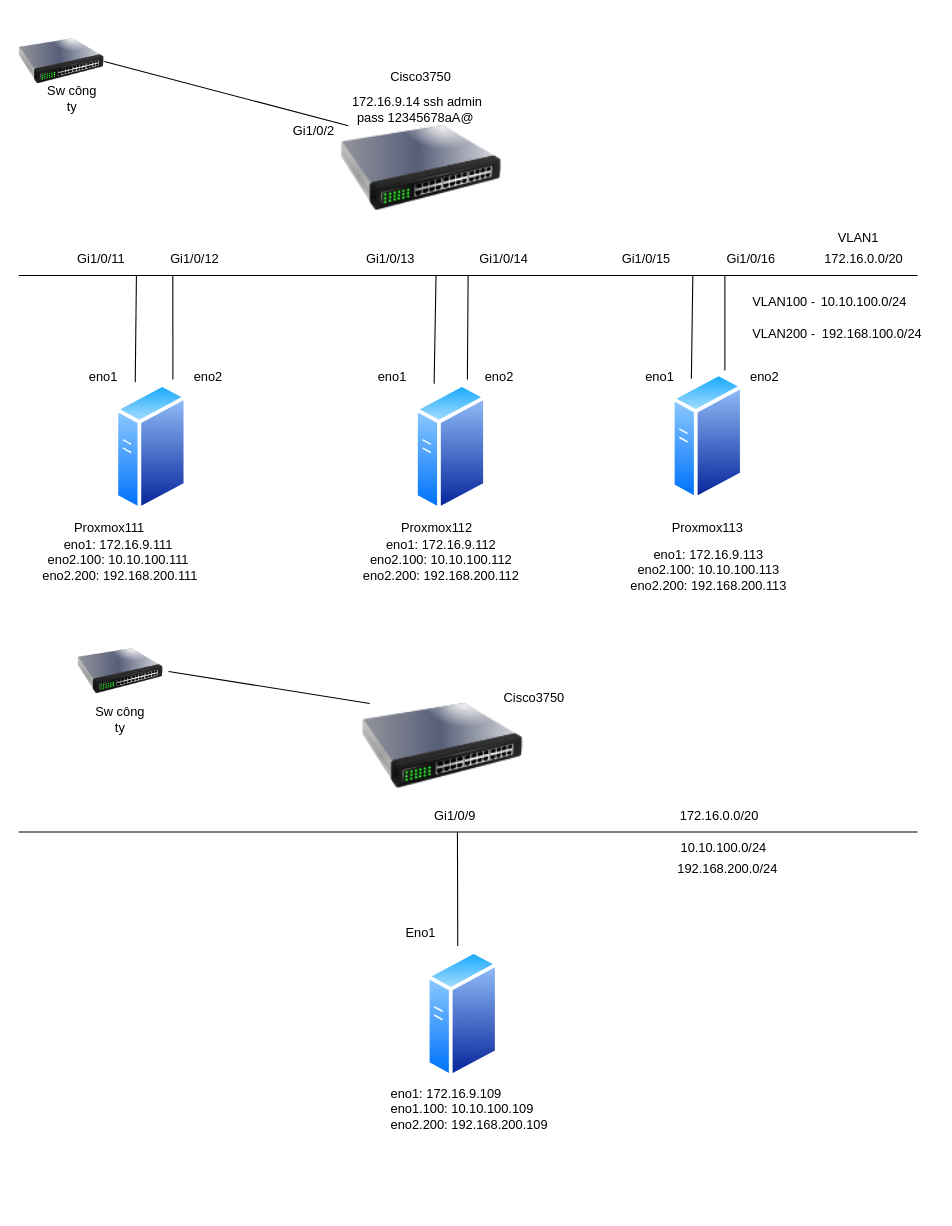
Before: Ảo Hóa/Proxmox/MultiVLAN.drawio in tudv1989/THUCTAPNHANHOA2025-HATANG, a draw.io diagram. Source tidied: cells renumbered, new cells numbered last; positions are measured from the earlier drawing's top-left corner, leaving out a move shared by most shapes. Both pictures are drawn from the tidied source at 107%, with x=0, y=0 at pixel (18, 18).
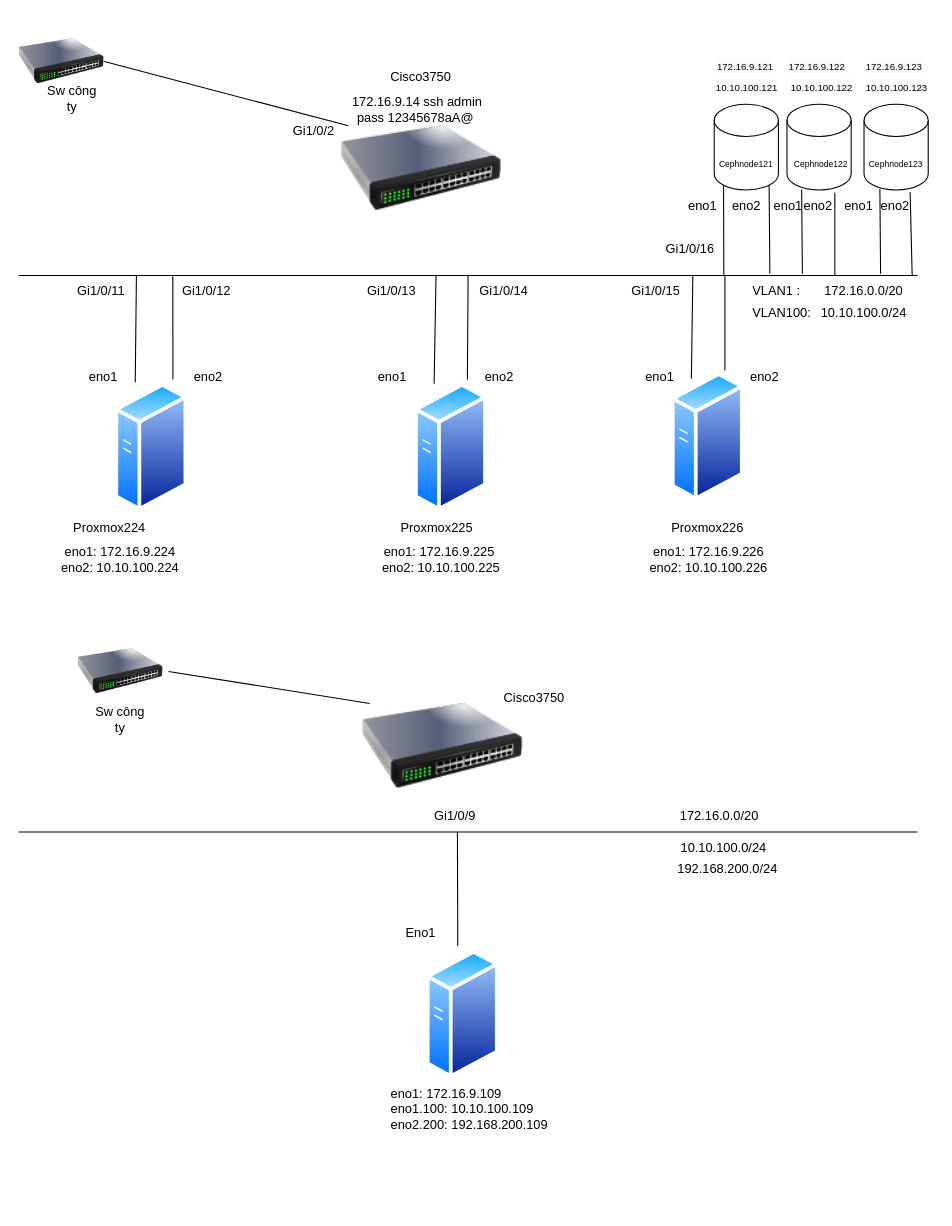
The same page after the edit.

What changed in the source:
```diff
@@
     <mxCell id="19" value="Gi1/0/11" style="text;strokeColor=none;fillColor=none;align=left;verticalAlign=middle;spacingLeft=4;spacingRight=4;overflow=hidden;whiteSpace=wrap;html=1;" parent="1" vertex="1">
-      <mxGeometry x="49" y="210" width="62" height="30" as="geometry" />
+      <mxGeometry x="49" y="240" width="62" height="30" as="geometry" />
     </mxCell>
     <mxCell id="20" value="Gi1/0/13" style="text;strokeColor=none;fillColor=none;align=left;verticalAlign=middle;spacingLeft=4;spacingRight=4;overflow=hidden;whiteSpace=wrap;html=1;" parent="1" vertex="1">
-      <mxGeometry x="319" y="210" width="62" height="30" as="geometry" />
+      <mxGeometry x="320" y="240" width="62" height="30" as="geometry" />
     </mxCell>
     <mxCell id="21" value="Gi1/0/15" style="text;strokeColor=none;fillColor=none;align=left;verticalAlign=middle;spacingLeft=4;spacingRight=4;overflow=hidden;whiteSpace=wrap;html=1;" parent="1" vertex="1">
-      <mxGeometry x="558" y="210" width="62" height="30" as="geometry" />
+      <mxGeometry x="567" y="240" width="62" height="30" as="geometry" />
     </mxCell>
     <mxCell id="22" value="Gi1/0/12" style="text;strokeColor=none;fillColor=none;align=left;verticalAlign=middle;spacingLeft=4;spacingRight=4;overflow=hidden;whiteSpace=wrap;html=1;" parent="1" vertex="1">
-      <mxGeometry x="136" y="210" width="62" height="30" as="geometry" />
+      <mxGeometry x="147" y="240" width="62" height="30" as="geometry" />
     </mxCell>
     <mxCell id="23" value="Gi1/0/14" style="text;strokeColor=none;fillColor=none;align=left;verticalAlign=middle;spacingLeft=4;spacingRight=4;overflow=hidden;whiteSpace=wrap;html=1;" parent="1" vertex="1">
-      <mxGeometry x="425" y="210" width="62" height="30" as="geometry" />
+      <mxGeometry x="425" y="240" width="62" height="30" as="geometry" />
     </mxCell>
     <mxCell id="24" value="Gi1/0/16" style="text;strokeColor=none;fillColor=none;align=left;verticalAlign=middle;spacingLeft=4;spacingRight=4;overflow=hidden;whiteSpace=wrap;html=1;" parent="1" vertex="1">
-      <mxGeometry x="656" y="210" width="62" height="30" as="geometry" />
+      <mxGeometry x="599" y="200" width="62" height="30" as="geometry" />
     </mxCell>
@@
     <mxCell id="26" value="172.16.0.0/20" style="text;html=1;align=center;verticalAlign=middle;whiteSpace=wrap;rounded=0;" parent="1" vertex="1">
-      <mxGeometry x="745" y="210" width="90" height="30" as="geometry" />
+      <mxGeometry x="745" y="240" width="90" height="30" as="geometry" />
     </mxCell>
     <mxCell id="27" value="10.10.100.0/24" style="text;html=1;align=center;verticalAlign=middle;whiteSpace=wrap;rounded=0;" parent="1" vertex="1">
-      <mxGeometry x="760" y="250" width="60" height="30" as="geometry" />
+      <mxGeometry x="760" y="260" width="60" height="30" as="geometry" />
     </mxCell>
-    <mxCell id="28" value="192.168.100.0/24" style="text;strokeColor=none;fillColor=none;align=left;verticalAlign=middle;spacingLeft=4;spacingRight=4;overflow=hidden;whiteSpace=wrap;html=1;" parent="1" vertex="1">
-      <mxGeometry x="745" y="280" width="110" height="30" as="geometry" />
-    </mxCell>
-    <mxCell id="29" value="VLAN1" style="text;strokeColor=none;fillColor=none;align=left;verticalAlign=middle;spacingLeft=4;spacingRight=4;overflow=hidden;points=[[0,0.5],[1,0.5]];portConstraint=eastwest;whiteSpace=wrap;html=1;" parent="1" vertex="1">
-      <mxGeometry x="760" y="190" width="80" height="30" as="geometry" />
+    <mxCell id="29" value="VLAN1 :" style="text;strokeColor=none;fillColor=none;align=left;verticalAlign=middle;spacingLeft=4;spacingRight=4;overflow=hidden;points=[[0,0.5],[1,0.5]];portConstraint=eastwest;whiteSpace=wrap;html=1;" parent="1" vertex="1">
+      <mxGeometry x="680" y="240" width="80" height="30" as="geometry" />
     </mxCell>
-    <mxCell id="30" value="VLAN100 -&amp;nbsp;" style="text;strokeColor=none;fillColor=none;align=left;verticalAlign=middle;spacingLeft=4;spacingRight=4;overflow=hidden;whiteSpace=wrap;html=1;" parent="1" vertex="1">
-      <mxGeometry x="680" y="250" width="80" height="30" as="geometry" />
+    <mxCell id="30" value="VLAN100:&amp;nbsp;" style="text;strokeColor=none;fillColor=none;align=left;verticalAlign=middle;spacingLeft=4;spacingRight=4;overflow=hidden;whiteSpace=wrap;html=1;" parent="1" vertex="1">
+      <mxGeometry x="680" y="260" width="80" height="30" as="geometry" />
     </mxCell>
-    <mxCell id="31" value="VLAN200 -&amp;nbsp;" style="text;strokeColor=none;fillColor=none;align=left;verticalAlign=middle;spacingLeft=4;spacingRight=4;overflow=hidden;whiteSpace=wrap;html=1;" parent="1" vertex="1">
-      <mxGeometry x="680" y="280" width="80" height="30" as="geometry" />
-    </mxCell>
-    <mxCell id="32" value="Proxmox111" style="text;html=1;align=center;verticalAlign=middle;whiteSpace=wrap;rounded=0;" parent="1" vertex="1">
+    <mxCell id="32" value="Proxmox224" style="text;html=1;align=center;verticalAlign=middle;whiteSpace=wrap;rounded=0;" parent="1" vertex="1">
       <mxGeometry x="40" y="461.4" width="90" height="30" as="geometry" />
     </mxCell>
-    <mxCell id="33" value="Proxmox112" style="text;html=1;align=center;verticalAlign=middle;whiteSpace=wrap;rounded=0;" parent="1" vertex="1">
+    <mxCell id="33" value="Proxmox225" style="text;html=1;align=center;verticalAlign=middle;whiteSpace=wrap;rounded=0;" parent="1" vertex="1">
       <mxGeometry x="346" y="461.4" width="90" height="30" as="geometry" />
     </mxCell>
-    <mxCell id="34" value="Proxmox113" style="text;html=1;align=center;verticalAlign=middle;whiteSpace=wrap;rounded=0;" parent="1" vertex="1">
+    <mxCell id="34" value="Proxmox226" style="text;html=1;align=center;verticalAlign=middle;whiteSpace=wrap;rounded=0;" parent="1" vertex="1">
       <mxGeometry x="599" y="461.4" width="90" height="30" as="geometry" />
     </mxCell>
-    <mxCell id="35" value="eno1: 172.16.9.111&amp;nbsp; eno2.100: 10.10.100.111&amp;nbsp; eno2.200: 192.168.200.111" style="text;html=1;align=center;verticalAlign=middle;whiteSpace=wrap;rounded=0;" parent="1" vertex="1">
+    <mxCell id="35" value="eno1: 172.16.9.224&lt;div&gt;eno2: 10.10.100.224&lt;/div&gt;" style="text;html=1;align=center;verticalAlign=middle;whiteSpace=wrap;rounded=0;" parent="1" vertex="1">
       <mxGeometry x="20" y="491.4" width="150" height="30" as="geometry" />
     </mxCell>
-    <mxCell id="36" value="eno1: 172.16.9.112 eno2.100: 10.10.100.112 eno2.200: 192.168.200.112" style="text;html=1;align=center;verticalAlign=middle;whiteSpace=wrap;rounded=0;" parent="1" vertex="1">
+    <mxCell id="36" value="eno1: 172.16.9.225&amp;nbsp;&lt;div&gt;eno2: 10.10.100.225&lt;/div&gt;" style="text;html=1;align=center;verticalAlign=middle;whiteSpace=wrap;rounded=0;" parent="1" vertex="1">
       <mxGeometry x="320" y="491.4" width="150" height="30" as="geometry" />
     </mxCell>
-    <mxCell id="37" value="eno1: 172.16.9.113 eno2.100: 10.10.100.113 eno2.200: 192.168.200.113" style="text;html=1;align=center;verticalAlign=middle;whiteSpace=wrap;rounded=0;" parent="1" vertex="1">
-      <mxGeometry x="570" y="500" width="150" height="30" as="geometry" />
+    <mxCell id="37" value="eno1: 172.16.9.226&lt;div&gt;eno2: 10.10.100.226&lt;/div&gt;" style="text;html=1;align=center;verticalAlign=middle;whiteSpace=wrap;rounded=0;" parent="1" vertex="1">
+      <mxGeometry x="570" y="491.4" width="150" height="30" as="geometry" />
     </mxCell>
@@
+    <mxCell id="57" style="shape=cylinder3;whiteSpace=wrap;html=1;boundedLbl=1;backgroundOutline=1;size=15;" parent="1" vertex="1">
+      <mxGeometry x="650" y="80" width="60" height="80" as="geometry" />
+    </mxCell>
+    <mxCell id="58" style="shape=cylinder3;whiteSpace=wrap;html=1;boundedLbl=1;backgroundOutline=1;size=15;" parent="1" vertex="1">
+      <mxGeometry x="718" y="80" width="60" height="80" as="geometry" />
+    </mxCell>
+    <mxCell id="59" style="shape=cylinder3;whiteSpace=wrap;html=1;boundedLbl=1;backgroundOutline=1;size=15;" parent="1" vertex="1">
+      <mxGeometry x="790" y="80" width="60" height="80" as="geometry" />
+    </mxCell>
+    <mxCell id="60" value="&lt;span style=&quot;color: rgb(0, 0, 0); font-family: Helvetica; font-style: normal; font-variant-ligatures: normal; font-variant-caps: normal; font-weight: 400; letter-spacing: normal; orphans: 2; text-align: center; text-indent: 0px; text-transform: none; widows: 2; word-spacing: 0px; -webkit-text-stroke-width: 0px; white-space: normal; background-color: rgb(251, 251, 251); text-decoration-thickness: initial; text-decoration-style: initial; text-decoration-color: initial; float: none; display: inline !important;&quot;&gt;&lt;font style=&quot;font-size: 9px;&quot;&gt;10.10.100.121&lt;/font&gt;&lt;/span&gt;" style="text;whiteSpace=wrap;html=1;" parent="1" vertex="1">
+      <mxGeometry x="650" y="50" width="60" height="30" as="geometry" />
+    </mxCell>
+    <mxCell id="61" style="endArrow=none;html=1;rounded=0;entryX=0.145;entryY=1;entryDx=0;entryDy=-4.35;entryPerimeter=0;" parent="1" edge="1" target="57">
+      <mxGeometry relative="1" as="geometry">
+        <mxPoint x="659" y="240" as="sourcePoint" />
+      </mxGeometry>
+    </mxCell>
+    <mxCell id="62" style="endArrow=none;html=1;rounded=0;entryX=0.228;entryY=0.997;entryDx=0;entryDy=0;entryPerimeter=0;exitX=0.655;exitY=-0.053;exitDx=0;exitDy=0;exitPerimeter=0;" parent="1" edge="1" source="29" target="58">
+      <mxGeometry relative="1" as="geometry" />
+    </mxCell>
+    <mxCell id="63" style="endArrow=none;html=1;rounded=0;entryX=0.247;entryY=0.989;entryDx=0;entryDy=0;entryPerimeter=0;exitX=0.672;exitY=-0.053;exitDx=0;exitDy=0;exitPerimeter=0;" parent="1" edge="1" source="26" target="59">
+      <mxGeometry relative="1" as="geometry" />
+    </mxCell>
+    <mxCell id="64" value="&lt;span style=&quot;color: rgb(0, 0, 0); font-family: Helvetica; font-style: normal; font-variant-ligatures: normal; font-variant-caps: normal; font-weight: 400; letter-spacing: normal; orphans: 2; text-align: center; text-indent: 0px; text-transform: none; widows: 2; word-spacing: 0px; -webkit-text-stroke-width: 0px; white-space: normal; background-color: rgb(251, 251, 251); text-decoration-thickness: initial; text-decoration-style: initial; text-decoration-color: initial; float: none; display: inline !important;&quot;&gt;&lt;font style=&quot;font-size: 9px;&quot;&gt;172.16.9.122&lt;/font&gt;&lt;/span&gt;" style="text;whiteSpace=wrap;html=1;" parent="1" vertex="1">
+      <mxGeometry x="718" y="30" width="60" height="30" as="geometry" />
+    </mxCell>
+    <mxCell id="65" value="&lt;span style=&quot;color: rgb(0, 0, 0); font-family: Helvetica; font-style: normal; font-variant-ligatures: normal; font-variant-caps: normal; font-weight: 400; letter-spacing: normal; orphans: 2; text-align: center; text-indent: 0px; text-transform: none; widows: 2; word-spacing: 0px; -webkit-text-stroke-width: 0px; white-space: normal; background-color: rgb(251, 251, 251); text-decoration-thickness: initial; text-decoration-style: initial; text-decoration-color: initial; float: none; display: inline !important;&quot;&gt;&lt;font style=&quot;font-size: 9px;&quot;&gt;172.16.9.123&lt;/font&gt;&lt;/span&gt;" style="text;whiteSpace=wrap;html=1;" parent="1" vertex="1">
+      <mxGeometry x="790" y="30" width="60" height="30" as="geometry" />
+    </mxCell>
+    <mxCell id="66" value="&lt;font style=&quot;font-size: 8px;&quot;&gt;Cephnode121&lt;/font&gt;" style="text;html=1;align=center;verticalAlign=middle;whiteSpace=wrap;rounded=0;" parent="1" vertex="1">
+      <mxGeometry x="650" y="120" width="60" height="30" as="geometry" />
+    </mxCell>
+    <mxCell id="67" value="&lt;font style=&quot;font-size: 8px;&quot;&gt;Cephnode122&lt;/font&gt;" style="text;html=1;align=center;verticalAlign=middle;whiteSpace=wrap;rounded=0;" parent="1" vertex="1">
+      <mxGeometry x="720" y="120" width="60" height="30" as="geometry" />
+    </mxCell>
+    <mxCell id="68" value="&lt;font style=&quot;font-size: 8px;&quot;&gt;Cephnode123&lt;/font&gt;" style="text;html=1;align=center;verticalAlign=middle;whiteSpace=wrap;rounded=0;" parent="1" vertex="1">
+      <mxGeometry x="790" y="120" width="60" height="30" as="geometry" />
+    </mxCell>
+    <mxCell id="69" style="endArrow=none;html=1;rounded=0;entryX=0.855;entryY=1;entryDx=0;entryDy=-4.35;entryPerimeter=0;exitX=0.275;exitY=-0.053;exitDx=0;exitDy=0;exitPerimeter=0;" parent="1" edge="1" source="29" target="57">
+      <mxGeometry relative="1" as="geometry" />
+    </mxCell>
+    <mxCell id="70" style="endArrow=none;html=1;rounded=0;entryX=0.745;entryY=1.032;entryDx=0;entryDy=0;entryPerimeter=0;exitX=0.197;exitY=-0.007;exitDx=0;exitDy=0;exitPerimeter=0;" parent="1" edge="1" source="26" target="58">
+      <mxGeometry relative="1" as="geometry" />
+    </mxCell>
+    <mxCell id="71" style="endArrow=none;html=1;rounded=0;entryX=0.718;entryY=1.023;entryDx=0;entryDy=0;entryPerimeter=0;exitX=1;exitY=0;exitDx=0;exitDy=0;" parent="1" edge="1" source="26" target="59">
+      <mxGeometry relative="1" as="geometry" />
+    </mxCell>
+    <mxCell id="72" value="eno1" style="text;strokeColor=none;fillColor=none;align=left;verticalAlign=middle;spacingLeft=4;spacingRight=4;overflow=hidden;whiteSpace=wrap;html=1;" parent="1" vertex="1">
+      <mxGeometry x="620" y="160" width="40" height="30" as="geometry" />
+    </mxCell>
+    <mxCell id="73" value="eno1" style="text;strokeColor=none;fillColor=none;align=left;verticalAlign=middle;spacingLeft=4;spacingRight=4;overflow=hidden;whiteSpace=wrap;html=1;" parent="1" vertex="1">
+      <mxGeometry x="700" y="160" width="40" height="30" as="geometry" />
+    </mxCell>
+    <mxCell id="74" value="eno1" style="text;strokeColor=none;fillColor=none;align=left;verticalAlign=middle;spacingLeft=4;spacingRight=4;overflow=hidden;whiteSpace=wrap;html=1;" parent="1" vertex="1">
+      <mxGeometry x="766" y="160" width="40" height="30" as="geometry" />
+    </mxCell>
+    <mxCell id="75" value="eno2" style="text;strokeColor=none;fillColor=none;align=left;verticalAlign=middle;spacingLeft=4;spacingRight=4;overflow=hidden;whiteSpace=wrap;html=1;" parent="1" vertex="1">
+      <mxGeometry x="661" y="160" width="40" height="30" as="geometry" />
+    </mxCell>
+    <mxCell id="76" value="eno2" style="text;strokeColor=none;fillColor=none;align=left;verticalAlign=middle;spacingLeft=4;spacingRight=4;overflow=hidden;whiteSpace=wrap;html=1;" parent="1" vertex="1">
+      <mxGeometry x="728" y="160" width="40" height="30" as="geometry" />
+    </mxCell>
+    <mxCell id="77" value="eno2" style="text;strokeColor=none;fillColor=none;align=left;verticalAlign=middle;spacingLeft=4;spacingRight=4;overflow=hidden;whiteSpace=wrap;html=1;" parent="1" vertex="1">
+      <mxGeometry x="800" y="160" width="40" height="30" as="geometry" />
+    </mxCell>
+    <mxCell id="78" value="&lt;span style=&quot;color: rgb(0, 0, 0); font-family: Helvetica; font-style: normal; font-variant-ligatures: normal; font-variant-caps: normal; font-weight: 400; letter-spacing: normal; orphans: 2; text-align: center; text-indent: 0px; text-transform: none; widows: 2; word-spacing: 0px; -webkit-text-stroke-width: 0px; white-space: normal; background-color: rgb(251, 251, 251); text-decoration-thickness: initial; text-decoration-style: initial; text-decoration-color: initial; float: none; display: inline !important;&quot;&gt;&lt;font style=&quot;font-size: 9px;&quot;&gt;172.16.9.121&lt;/font&gt;&lt;/span&gt;" style="text;whiteSpace=wrap;html=1;" parent="1" vertex="1">
+      <mxGeometry x="651" y="30" width="60" height="30" as="geometry" />
+    </mxCell>
+    <mxCell id="79" value="&lt;span style=&quot;color: rgb(0, 0, 0); font-family: Helvetica; font-style: normal; font-variant-ligatures: normal; font-variant-caps: normal; font-weight: 400; letter-spacing: normal; orphans: 2; text-align: center; text-indent: 0px; text-transform: none; widows: 2; word-spacing: 0px; -webkit-text-stroke-width: 0px; white-space: normal; background-color: rgb(251, 251, 251); text-decoration-thickness: initial; text-decoration-style: initial; text-decoration-color: initial; float: none; display: inline !important;&quot;&gt;&lt;font style=&quot;font-size: 9px;&quot;&gt;10.10.100.122&lt;/font&gt;&lt;/span&gt;" style="text;whiteSpace=wrap;html=1;" parent="1" vertex="1">
+      <mxGeometry x="720" y="50" width="60" height="30" as="geometry" />
+    </mxCell>
+    <mxCell id="80" value="&lt;span style=&quot;color: rgb(0, 0, 0); font-family: Helvetica; font-style: normal; font-variant-ligatures: normal; font-variant-caps: normal; font-weight: 400; letter-spacing: normal; orphans: 2; text-align: center; text-indent: 0px; text-transform: none; widows: 2; word-spacing: 0px; -webkit-text-stroke-width: 0px; white-space: normal; background-color: rgb(251, 251, 251); text-decoration-thickness: initial; text-decoration-style: initial; text-decoration-color: initial; float: none; display: inline !important;&quot;&gt;&lt;font style=&quot;font-size: 9px;&quot;&gt;10.10.100.123&lt;/font&gt;&lt;/span&gt;" style="text;whiteSpace=wrap;html=1;" parent="1" vertex="1">
+      <mxGeometry x="790" y="50" width="60" height="30" as="geometry" />
+    </mxCell>
```
